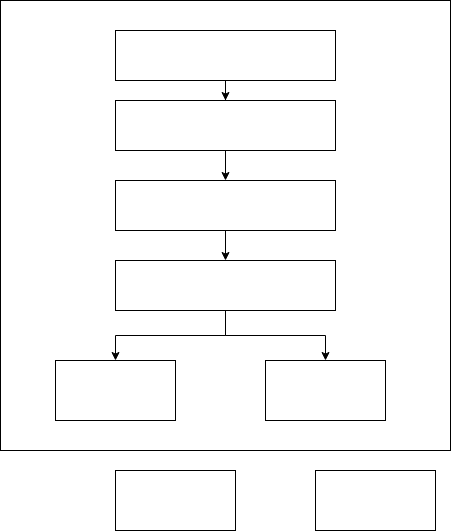
Earlier version of the draw.io export architecture Diagram.drawio.png (ThenmozhiBalasubramanian/mcaProjectDiagram). Source tidied: cells renumbered, new cells last; positions are measured from the earlier drawing's top-left corner, leaving out a move shared by most shapes.
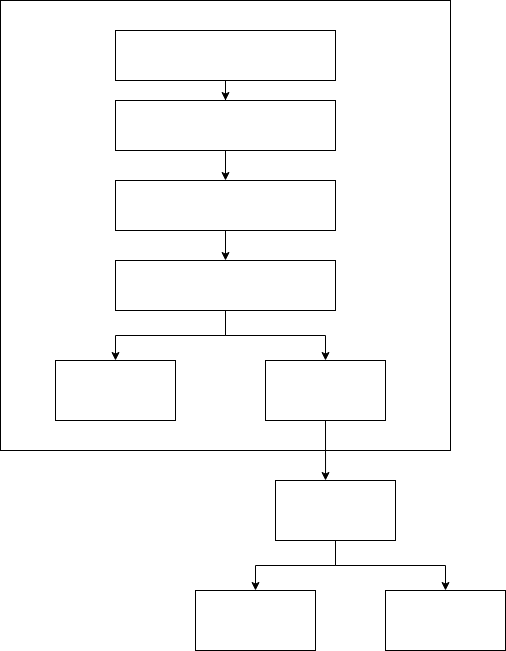
After the commit.

What changed in the source:
```diff
@@ -5,6 +5,9 @@
     <mxCell id="2" style="whiteSpace=wrap;html=1;" parent="1" vertex="1">
       <mxGeometry width="450" height="450" as="geometry" />
     </mxCell>
+    <mxCell id="16" style="edgeStyle=orthogonalEdgeStyle;rounded=0;jettySize=auto;html=1;exitX=0.5;exitY=1;exitDx=0;exitDy=0;entryX=0.417;entryY=0;entryDx=0;entryDy=0;entryPerimeter=0;" parent="1" edge="1" source="3" target="7">
+      <mxGeometry relative="1" as="geometry" />
+    </mxCell>
     <mxCell id="3" style="rounded=0;whiteSpace=wrap;html=1;" parent="1" vertex="1">
       <mxGeometry x="265" y="360" width="120" height="60" as="geometry" />
     </mxCell>
@@ -15,10 +18,22 @@
       <mxGeometry x="115" y="180" width="220" height="50" as="geometry" />
     </mxCell>
     <mxCell id="6" style="rounded=0;whiteSpace=wrap;html=1;" parent="1" vertex="1">
-      <mxGeometry x="115" y="470" width="120" height="60" as="geometry" />
+      <mxGeometry x="195" y="590" width="120" height="60" as="geometry" />
     </mxCell>
+    <mxCell id="17" style="edgeStyle=orthogonalEdgeStyle;rounded=0;jettySize=auto;html=1;exitX=0.5;exitY=1;exitDx=0;exitDy=0;entryX=0.5;entryY=0;entryDx=0;entryDy=0;" parent="1" edge="1" source="7" target="6">
+      <mxGeometry relative="1" as="geometry" />
+    </mxCell>
+    <mxCell id="18" style="edgeStyle=orthogonalEdgeStyle;rounded=0;jettySize=auto;html=1;exitX=0.75;exitY=1;exitDx=0;exitDy=0;entryX=0.5;entryY=0;entryDx=0;entryDy=0;" parent="1" edge="1" source="7" target="19">
+      <mxGeometry relative="1" as="geometry">
+        <Array as="points">
+          <mxPoint x="335" y="540" />
+          <mxPoint x="335" y="565" />
+          <mxPoint x="445" y="565" />
+        </Array>
+      </mxGeometry>
+    </mxCell>
     <mxCell id="7" style="rounded=0;whiteSpace=wrap;html=1;" parent="1" vertex="1">
-      <mxGeometry x="315" y="470" width="120" height="60" as="geometry" />
+      <mxGeometry x="275" y="480" width="120" height="60" as="geometry" />
     </mxCell>
     <mxCell id="8" style="rounded=0;whiteSpace=wrap;html=1;" parent="1" vertex="1">
       <mxGeometry x="55" y="360" width="120" height="60" as="geometry" />
@@ -55,5 +70,8 @@
     <mxCell id="15" style="rounded=0;whiteSpace=wrap;html=1;" parent="1" vertex="1">
       <mxGeometry x="115" y="30" width="220" height="50" as="geometry" />
     </mxCell>
+    <mxCell id="19" style="rounded=0;whiteSpace=wrap;html=1;" parent="1" vertex="1">
+      <mxGeometry x="385" y="590" width="120" height="60" as="geometry" />
+    </mxCell>
   </root>
 </mxGraphModel>
```
